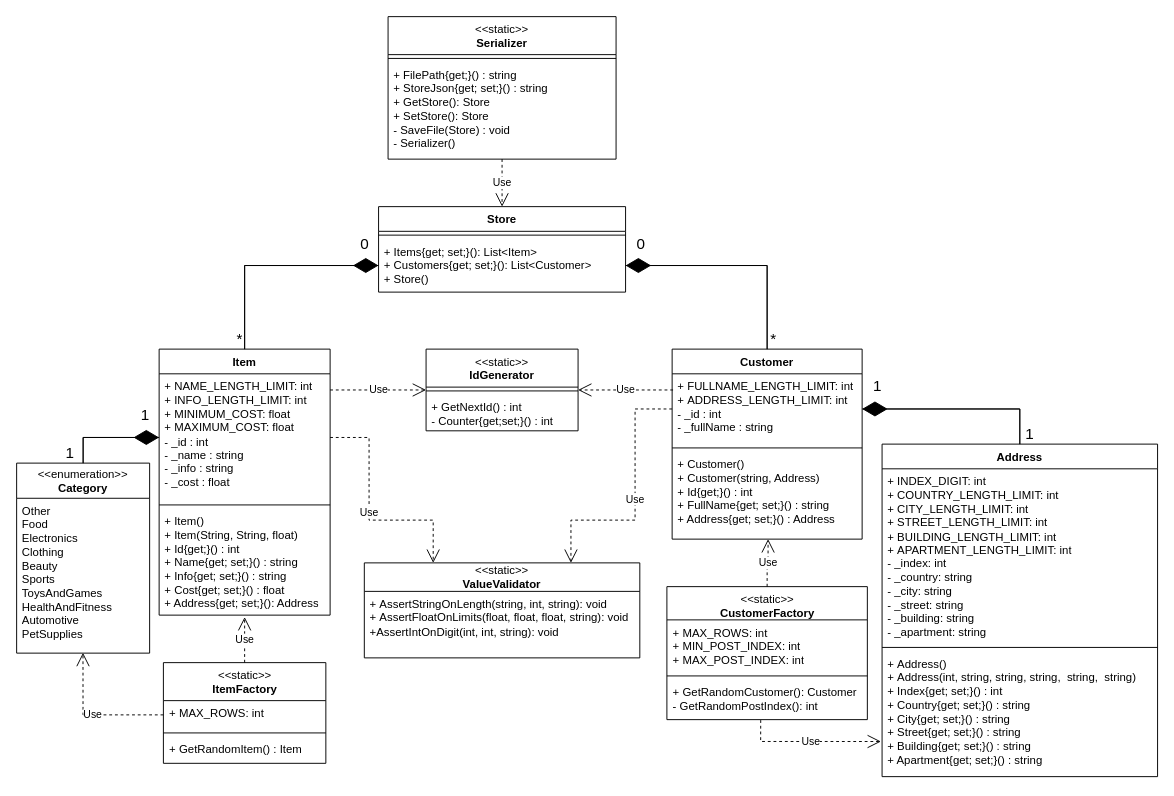
Before: doc/Practics2.drawio in inittose/OOP, a draw.io diagram. Source tidied: cells renumbered, new cells numbered last; positions are measured from the earlier drawing's top-left corner, leaving out a move shared by most shapes. Both pictures are drawn from the tidied source at 95%, with x=0, y=0 at pixel (16, 16).
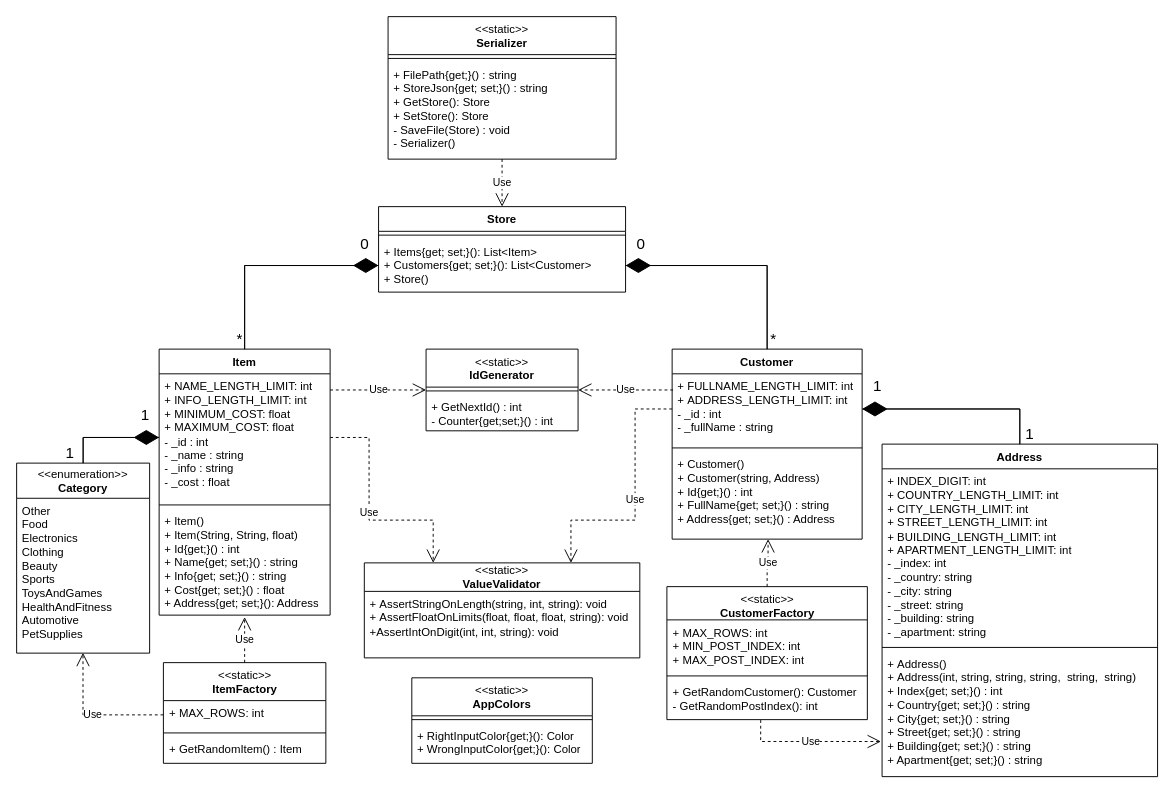
The same diagram, later.

Commit message (it also covers changes not shown here):
docs(lab2): Добавил AppColors UML-диаграмму

The edit, as a diff of the source:
```diff
@@
+    <mxCell id="60" value="&lt;span style=&quot;font-weight: normal;&quot;&gt;&amp;lt;&amp;lt;static&amp;gt;&amp;gt;&lt;/span&gt;&lt;br&gt;AppColors" style="swimlane;fontStyle=1;align=center;verticalAlign=top;horizontal=1;startSize=40;whiteSpace=wrap;html=1;" parent="1" vertex="1">
+      <mxGeometry x="416" y="696" width="190" height="90" as="geometry" />
+    </mxCell>
+    <mxCell id="61" style="line;strokeWidth=1;fillColor=none;align=left;verticalAlign=middle;spacingTop=-1;spacingLeft=3;spacingRight=3;labelPosition=right;strokeColor=inherit;" parent="60" vertex="1">
+      <mxGeometry y="40" width="190" height="8" as="geometry" />
+    </mxCell>
+    <mxCell id="62" value="+&amp;nbsp;RightInputColor{get;}(): Color&lt;br&gt;+ WrongInputColor{get;}(): Color" style="text;strokeColor=none;fillColor=none;align=left;verticalAlign=top;spacingLeft=4;spacingRight=4;overflow=hidden;whiteSpace=wrap;html=1;" parent="60" vertex="1">
+      <mxGeometry y="48" width="190" height="42" as="geometry" />
+    </mxCell>
```
